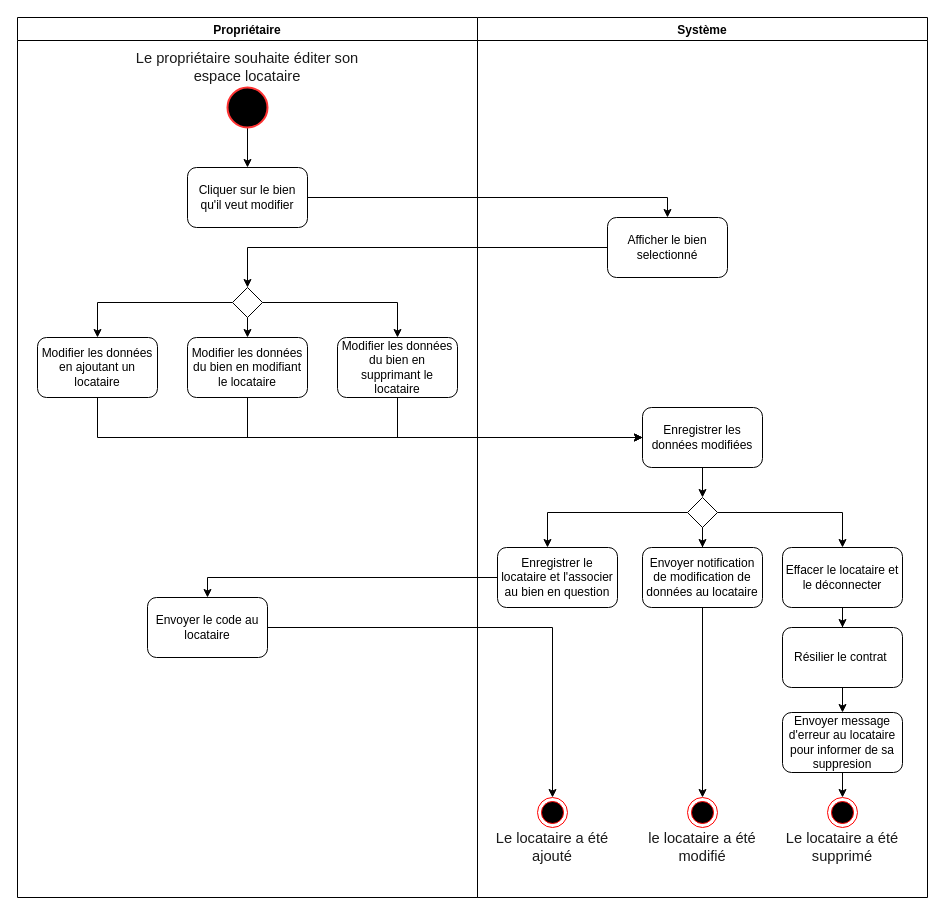
The draw.io diagram page "Editer locataire" (11 of 20) of Ko-loc (1).drawio in Julienthum/Co-Lock, before the edit. Source tidied: cells renumbered, new cells numbered last; positions are measured from the earlier drawing's top-left corner, leaving out a move shared by most shapes. Both pictures are drawn from the tidied source at 100%, with x=0, y=0 at pixel (17, 17).
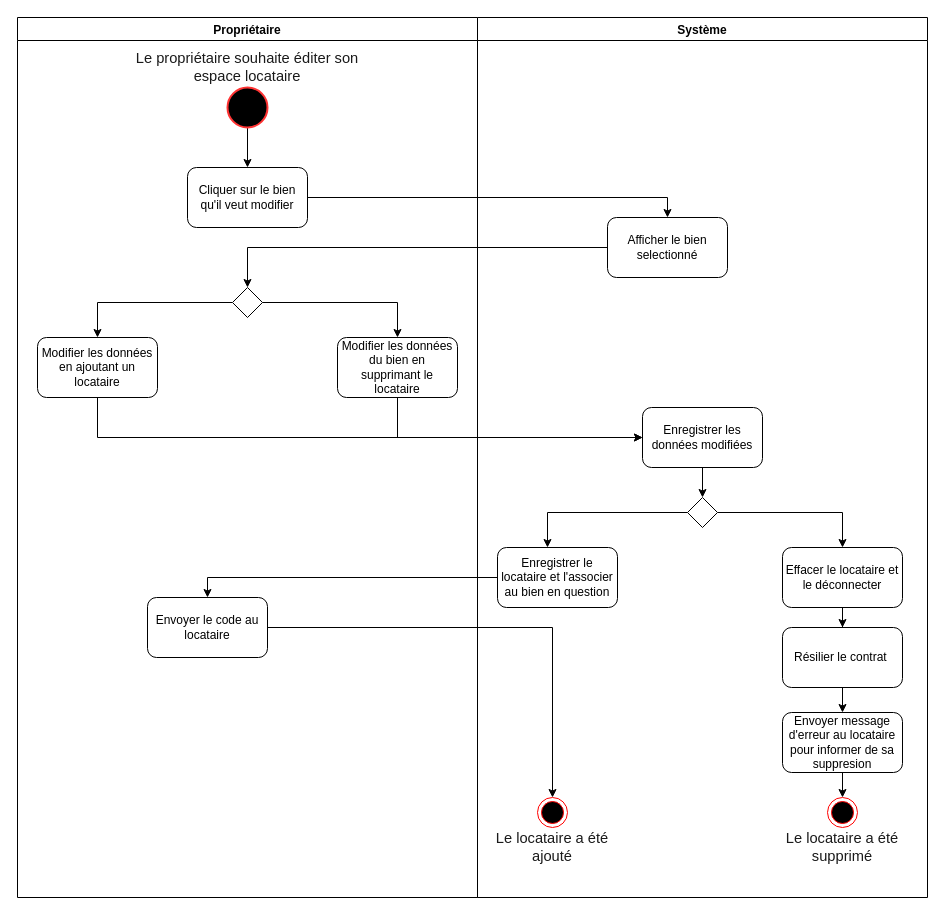
Above is the later version.

The change refers to these unchanged cells:
```xml
<mxCell id="2" value="Propriétaire" style="swimlane;fontSize=12;strokeColor=#000000;fillColor=#FFFFFF;" parent="1" vertex="1">
  <mxGeometry width="460" height="880" as="geometry" />
</mxCell>
<mxCell id="12" style="rhombus;whiteSpace=wrap;html=1;fontSize=12;strokeColor=#000000;fillColor=#FFFFFF;" parent="2" vertex="1">
  <mxGeometry x="215" y="270" width="30" height="30" as="geometry" />
</mxCell>
<mxCell id="15" value="Système" style="swimlane;fontSize=12;strokeColor=#000000;fillColor=#FFFFFF;" parent="1" vertex="1">
  <mxGeometry x="460" width="450" height="880" as="geometry" />
</mxCell>
<mxCell id="18" value="Enregistrer les données modifiées" style="rounded=1;whiteSpace=wrap;html=1;fontSize=12;strokeColor=#000000;fillColor=#FFFFFF;" parent="15" vertex="1">
  <mxGeometry x="165" y="390" width="120" height="60" as="geometry" />
</mxCell>
<mxCell id="23" style="rhombus;whiteSpace=wrap;html=1;fontSize=12;strokeColor=#000000;fillColor=#FFFFFF;" parent="15" vertex="1">
  <mxGeometry x="210" y="480" width="30" height="30" as="geometry" />
</mxCell>
```

Change to the diagram source:
```diff
@@
-    <mxCell id="9" value="Modifier les données du bien en modifiant le locataire" style="rounded=1;whiteSpace=wrap;html=1;fontSize=12;strokeColor=#000000;fillColor=#FFFFFF;" parent="2" vertex="1">
-      <mxGeometry x="170" y="320" width="120" height="60" as="geometry" />
-    </mxCell>
@@
-    <mxCell id="11" style="edgeStyle=orthogonalEdgeStyle;rounded=0;jettySize=auto;html=1;fontSize=12;" parent="2" edge="1" source="12">
-      <mxGeometry relative="1" as="geometry">
-        <mxPoint x="230" y="320" as="targetPoint" />
-      </mxGeometry>
-    </mxCell>
@@
-    <mxCell id="21" style="edgeStyle=orthogonalEdgeStyle;rounded=0;jettySize=auto;html=1;fontSize=12;" parent="15" edge="1" source="23" target="25">
-      <mxGeometry relative="1" as="geometry" />
-    </mxCell>
@@
-    <mxCell id="24" style="edgeStyle=orthogonalEdgeStyle;rounded=0;jettySize=auto;html=1;entryX=0.5;entryY=0;entryDx=0;entryDy=0;fontSize=12;" parent="15" edge="1" source="25" target="31">
-      <mxGeometry relative="1" as="geometry" />
-    </mxCell>
-    <mxCell id="25" value="Envoyer notification de modification de données au locataire" style="rounded=1;whiteSpace=wrap;html=1;fontSize=12;strokeColor=#000000;fillColor=#FFFFFF;" parent="15" vertex="1">
-      <mxGeometry x="165" y="530" width="120" height="60" as="geometry" />
-    </mxCell>
@@
-    <mxCell id="31" style="ellipse;html=1;shape=endState;fillColor=#000000;strokeColor=#ff0000;fontSize=12;" parent="15" vertex="1">
-      <mxGeometry x="210" y="780" width="30" height="30" as="geometry" />
-    </mxCell>
@@
-    <mxCell id="34" value="&lt;font color=&quot;#1a1a1a&quot; face=&quot;calibri, sans-serif&quot;&gt;&lt;span style=&quot;font-size: 14.6667px&quot;&gt;le locataire a été modifié&lt;/span&gt;&lt;/font&gt;" style="text;html=1;strokeColor=none;fillColor=none;align=center;verticalAlign=middle;whiteSpace=wrap;rounded=0;fontSize=14;" parent="15" vertex="1">
-      <mxGeometry x="155" y="820" width="140" height="20" as="geometry" />
-    </mxCell>
@@
-    <mxCell id="41" style="edgeStyle=orthogonalEdgeStyle;rounded=0;jettySize=auto;html=1;fontSize=12;" parent="1" edge="1" source="9" target="18">
-      <mxGeometry relative="1" as="geometry">
-        <Array as="points">
-          <mxPoint x="230" y="420" />
-        </Array>
-      </mxGeometry>
-    </mxCell>
```
